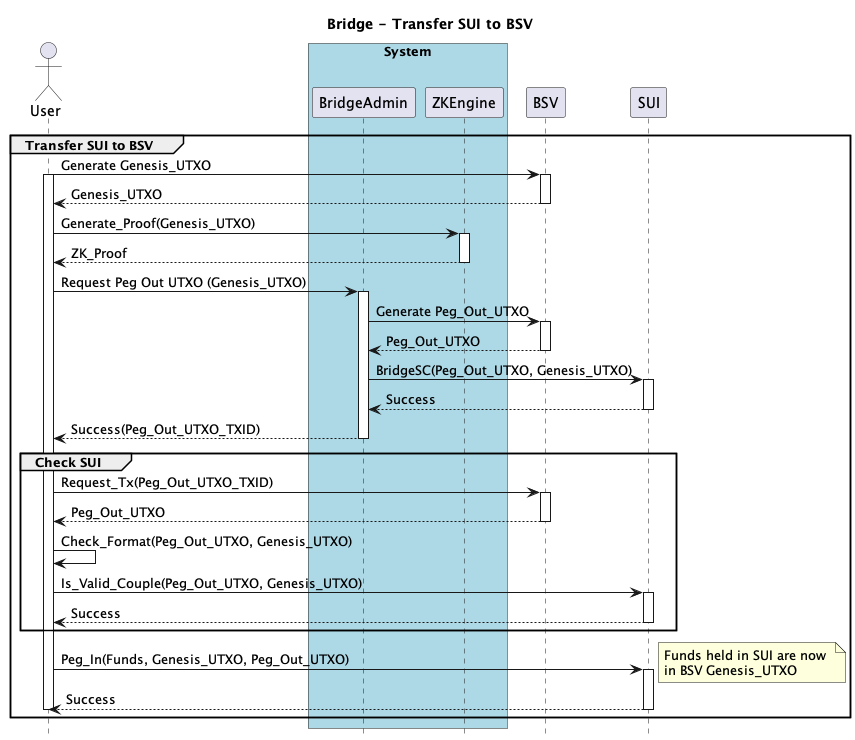
nchain-innovation/tcpBridge keeps this PlantUML diagram as docs/diagrams/sequence-sui-to-bsv.png. Above is the earlier version.
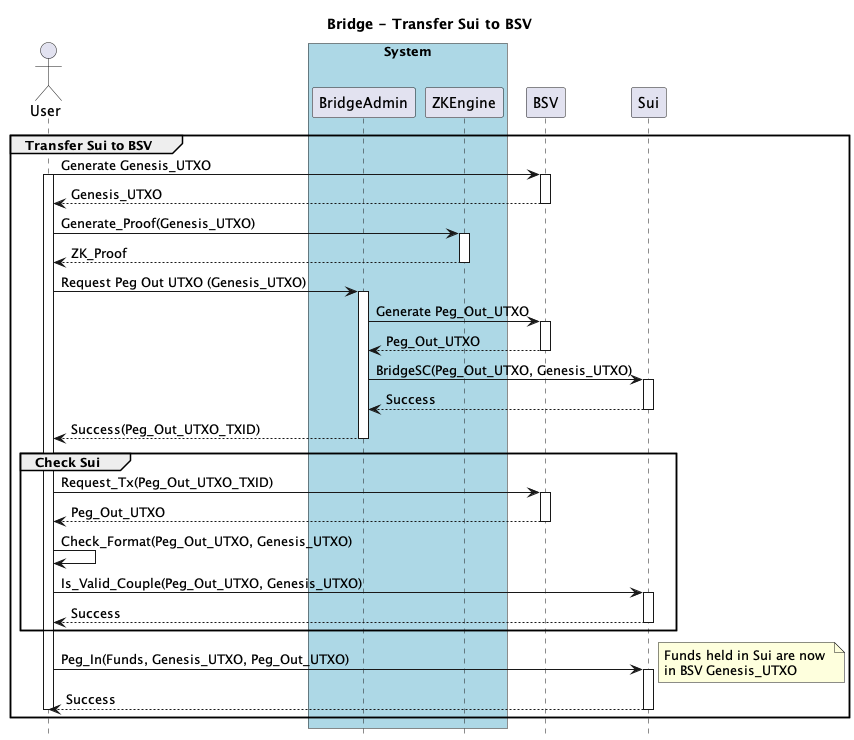
The same diagram one commit later.

Change to the diagram source:
```diff
@@ -1,5 +1,5 @@
 @startuml
-title Bridge - Transfer SUI to BSV
+title Bridge - Transfer Sui to BSV
 hide footbox
 
 actor User as U
@@ -12,10 +12,10 @@
 end box
 
 participant BSV
-participant SUI
+participant Sui
 
 
-group Transfer SUI to BSV
+group Transfer Sui to BSV
 
     U -> BSV: Generate Genesis_UTXO
     activate U
@@ -36,15 +36,15 @@
     BSV --> A: Peg_Out_UTXO
     deactivate BSV
 
-    A -> SUI: BridgeSC(Peg_Out_UTXO, Genesis_UTXO)
-    activate SUI
-    SUI --> A: Success
-    deactivate SUI
+    A -> Sui: BridgeSC(Peg_Out_UTXO, Genesis_UTXO)
+    activate Sui
+    Sui --> A: Success
+    deactivate Sui
 
     A --> U: Success(Peg_Out_UTXO_TXID)
     deactivate A
 
-    group Check SUI
+    group Check Sui
 
 
         U -> BSV: Request_Tx(Peg_Out_UTXO_TXID)
@@ -55,23 +55,23 @@
         U -> U : Check_Format(Peg_Out_UTXO, Genesis_UTXO)
 
 
-        U -> SUI: Is_Valid_Couple(Peg_Out_UTXO, Genesis_UTXO)
-        activate SUI
-        SUI --> U: Success
-        deactivate SUI
+        U -> Sui: Is_Valid_Couple(Peg_Out_UTXO, Genesis_UTXO)
+        activate Sui
+        Sui --> U: Success
+        deactivate Sui
 
     end
 
-    U -> SUI: Peg_In(Funds, Genesis_UTXO, Peg_Out_UTXO)
-    activate SUI
+    U -> Sui: Peg_In(Funds, Genesis_UTXO, Peg_Out_UTXO)
+    activate Sui
 
     note right
-    Funds held in SUI are now
+    Funds held in Sui are now
     in BSV Genesis_UTXO
     end note
 
-    SUI --> U: Success
-    deactivate SUI
+    Sui --> U: Success
+    deactivate Sui
     deactivate U
 
 end
```
